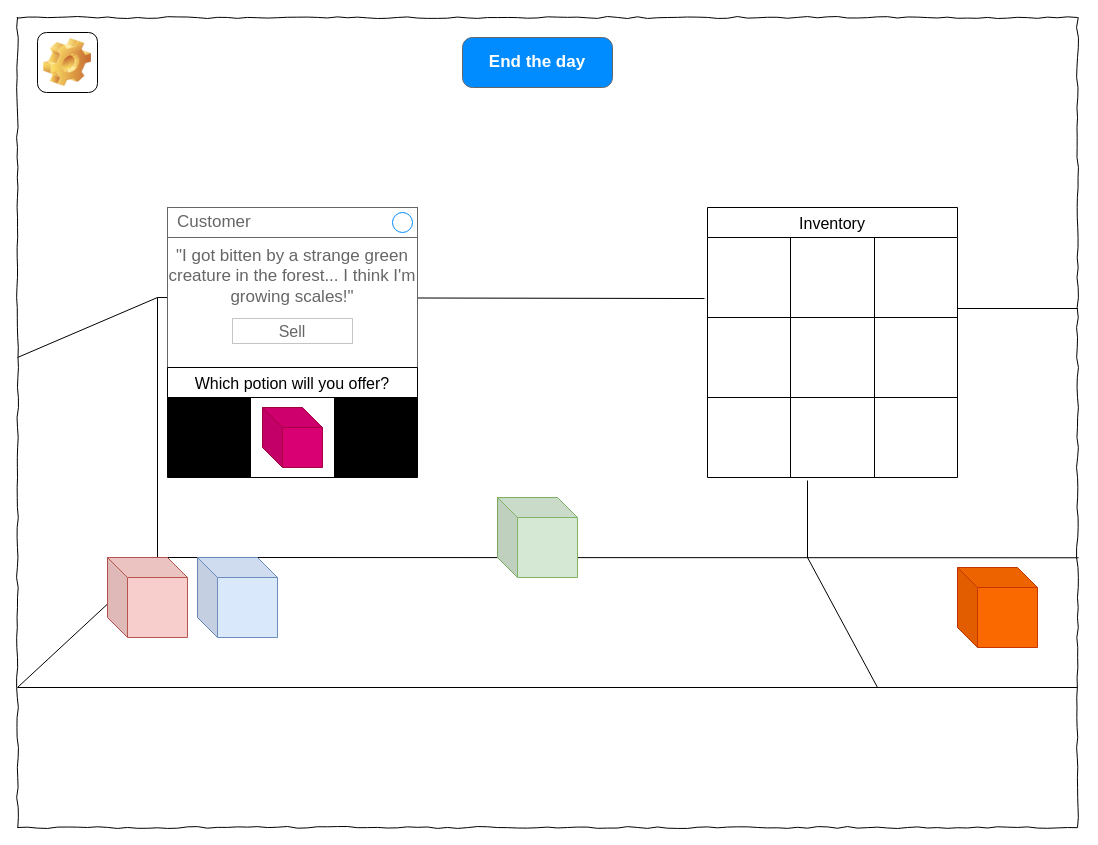
This is Diagrams/Villager midway.drawio from ZoraJayKay/User-Interface-Programming-Assessment-2, a draw.io file, before an edit. Source tidied: cells renumbered, new cells numbered last; positions are measured from the earlier drawing's top-left corner, leaving out a move shared by most shapes. Both pictures are drawn from the tidied source at 100%, with x=0, y=0 at pixel (17, 17).
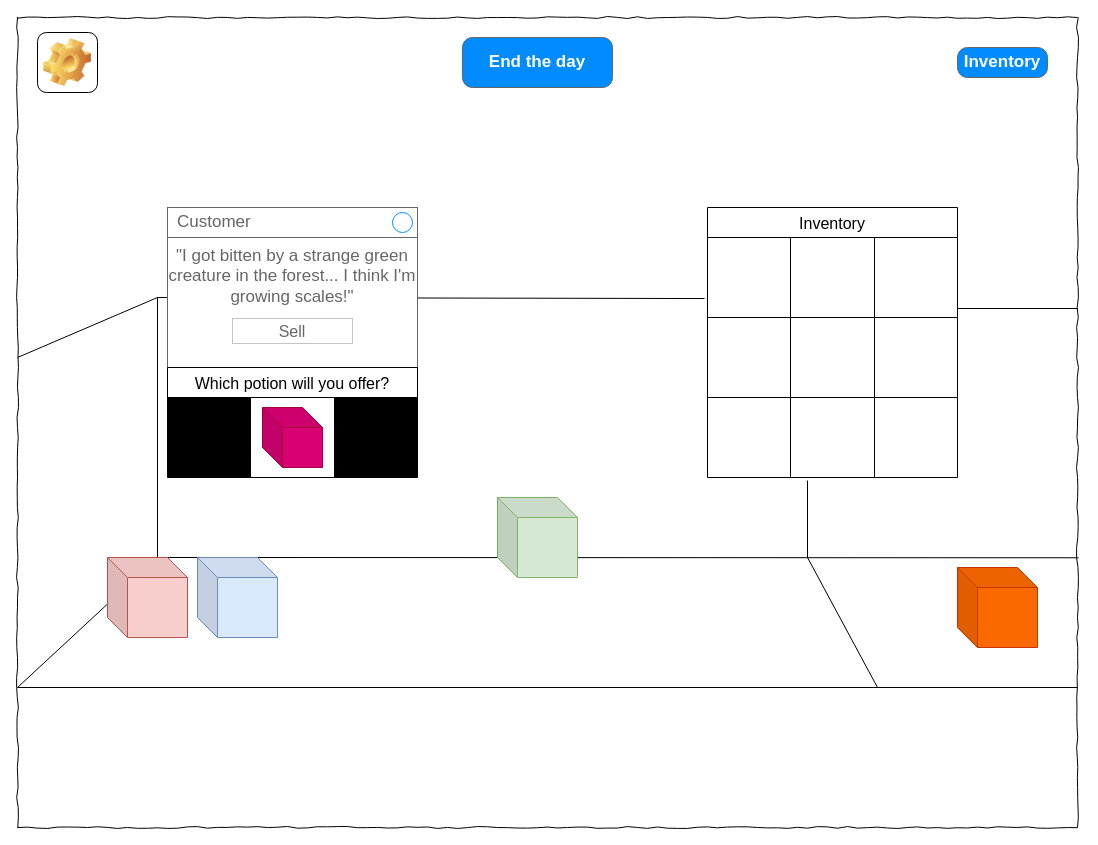
Above is the later version.

Diff of the diagram source:
```diff
@@
+    <mxCell id="41" value="Inventory" style="strokeWidth=1;shadow=0;dashed=0;align=center;html=1;shape=mxgraph.mockup.buttons.button;strokeColor=#666666;fontColor=#ffffff;mainText=;buttonStyle=round;fontSize=17;fontStyle=1;fillColor=#008cff;whiteSpace=wrap;" parent="1" vertex="1">
+      <mxGeometry x="940" y="30" width="90" height="30" as="geometry" />
+    </mxCell>
```
